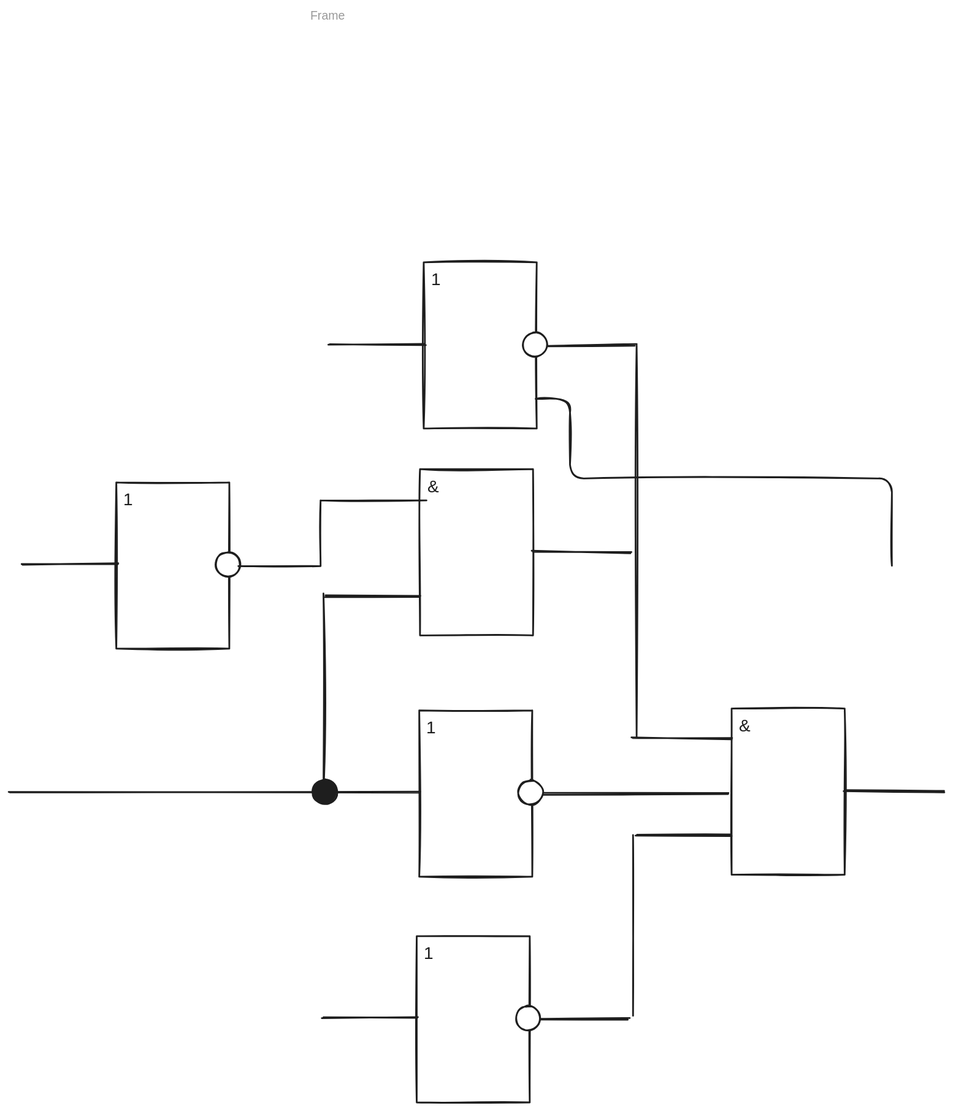
kawazaki42/NoteS4 keeps this Excalidraw diagram as comp-sys-org/lab/circ.excalidraw.svg. Above is the earlier version. Source tidied: one line per element, renumbered; positions are measured from the earlier drawing's top-left corner, leaving out a move shared by most shapes. The source it was exported from:
```json
{"id": 0, "type": "line", "strokeColor": "#1e1e1e", "strokeWidth": 2, "roughness": 1, "round": true, "x": 725, "y": 554, "width": 115, "height": 0, "points": [[0, 0], [115, 0]]}
{"id": 1, "type": "rectangle", "strokeColor": "#1e1e1e", "strokeWidth": 2, "roughness": 1, "x": 841, "y": 520, "width": 132, "height": 194}
{"id": 2, "type": "line", "strokeColor": "#1e1e1e", "strokeWidth": 2, "roughness": 1, "round": true, "x": 729, "y": 668, "width": 111, "height": 0, "points": [[0, 0], [111, 0]]}
{"id": 3, "type": "text", "text": "&", "strokeColor": "#1e1e1e", "strokeWidth": 2, "roughness": 1, "fontSize": 20, "fontFamily": 5, "x": 849, "y": 529, "width": 14, "height": 25}
{"id": 4, "type": "line", "strokeColor": "#1e1e1e", "strokeWidth": 2, "roughness": 1, "round": true, "x": 972, "y": 617, "width": 115, "height": 0, "points": [[0, 0], [115, 0]]}
{"id": 5, "type": "rectangle", "strokeColor": "#1e1e1e", "strokeWidth": 2, "roughness": 1, "x": 482, "y": 0, "width": 132, "height": 194}
{"id": 6, "type": "line", "strokeColor": "#1e1e1e", "strokeWidth": 2, "roughness": 1, "round": true, "x": 372, "y": 95, "width": 111, "height": 0, "points": [[0, 0], [111, 0]]}
{"id": 7, "type": "text", "text": "1", "strokeColor": "#1e1e1e", "strokeWidth": 2, "roughness": 1, "fontSize": 20, "fontFamily": 5, "x": 490, "y": 9, "width": 9, "height": 25}
{"id": 8, "type": "line", "strokeColor": "#1e1e1e", "strokeWidth": 2, "roughness": 1, "round": true, "x": 625, "y": 97, "width": 104, "height": 0, "points": [[0, 0], [104, 0]]}
{"id": 9, "type": "ellipse", "strokeColor": "#1e1e1e", "backgroundColor": "#ffffff", "fillStyle": "solid", "strokeWidth": 2, "roughness": 1, "x": 597, "y": 81, "width": 28, "height": 28}
{"id": 10, "type": "rectangle", "strokeColor": "#1e1e1e", "strokeWidth": 2, "roughness": 1, "x": 124, "y": 257, "width": 132, "height": 194}
{"id": 11, "type": "line", "strokeColor": "#1e1e1e", "strokeWidth": 2, "roughness": 1, "round": true, "x": 14, "y": 352, "width": 111, "height": 0, "points": [[0, 0], [111, 0]]}
{"id": 12, "type": "text", "text": "1", "strokeColor": "#1e1e1e", "strokeWidth": 2, "roughness": 1, "fontSize": 20, "fontFamily": 5, "x": 132, "y": 266, "width": 9, "height": 25}
{"id": 13, "type": "ellipse", "strokeColor": "#1e1e1e", "backgroundColor": "#ffffff", "fillStyle": "solid", "strokeWidth": 2, "roughness": 1, "x": 239, "y": 338, "width": 28, "height": 28}
{"id": 14, "type": "rectangle", "strokeColor": "#1e1e1e", "strokeWidth": 2, "roughness": 1, "x": 477, "y": 522, "width": 132, "height": 194}
{"id": 15, "type": "line", "strokeColor": "#1e1e1e", "strokeWidth": 2, "roughness": 1, "round": true, "x": 0, "y": 617, "width": 478, "height": 0, "points": [[0, 0], [478, 0]]}
{"id": 16, "type": "text", "text": "1", "strokeColor": "#1e1e1e", "strokeWidth": 2, "roughness": 1, "fontSize": 20, "fontFamily": 5, "x": 485, "y": 531, "width": 9, "height": 25}
{"id": 17, "type": "line", "strokeColor": "#1e1e1e", "strokeWidth": 2, "roughness": 1, "round": true, "x": 620, "y": 619, "width": 216, "height": 0, "points": [[0, 0], [216, 0]]}
{"id": 18, "type": "ellipse", "strokeColor": "#1e1e1e", "backgroundColor": "#ffffff", "fillStyle": "solid", "strokeWidth": 2, "roughness": 1, "x": 592, "y": 604, "width": 28, "height": 28}
{"id": 19, "type": "line", "strokeColor": "#1e1e1e", "backgroundColor": "#ffffff", "fillStyle": "solid", "strokeWidth": 2, "roughness": 1, "x": 730, "y": 97, "width": 0, "height": 457, "points": [[0, 0], [0, 457]]}
{"id": 20, "type": "line", "strokeColor": "#1e1e1e", "backgroundColor": "#ffffff", "fillStyle": "solid", "strokeWidth": 2, "roughness": 1, "x": 726, "y": 878, "width": 0, "height": 211, "points": [[0, 0], [0, -211]]}
{"id": 21, "type": "rectangle", "strokeColor": "#1e1e1e", "strokeWidth": 2, "roughness": 1, "x": 474, "y": 785, "width": 132, "height": 194}
{"id": 22, "type": "line", "strokeColor": "#1e1e1e", "strokeWidth": 2, "roughness": 1, "round": true, "x": 364, "y": 880, "width": 111, "height": 0, "points": [[0, 0], [111, 0]]}
{"id": 23, "type": "text", "text": "1", "strokeColor": "#1e1e1e", "strokeWidth": 2, "roughness": 1, "fontSize": 20, "fontFamily": 5, "x": 482, "y": 794, "width": 9, "height": 25}
{"id": 24, "type": "line", "strokeColor": "#1e1e1e", "strokeWidth": 2, "roughness": 1, "round": true, "x": 617, "y": 882, "width": 104, "height": 0, "points": [[0, 0], [104, 0]]}
{"id": 25, "type": "ellipse", "strokeColor": "#1e1e1e", "backgroundColor": "#ffffff", "fillStyle": "solid", "strokeWidth": 2, "roughness": 1, "x": 589, "y": 867, "width": 28, "height": 28}
{"id": 26, "type": "line", "strokeColor": "#1e1e1e", "strokeWidth": 2, "roughness": 1, "x": 266, "y": 354, "width": 219, "height": 77, "points": [[0, 0], [96, 0], [96, -77], [219, -77]]}
{"id": 27, "type": "rectangle", "strokeColor": "#1e1e1e", "strokeWidth": 2, "roughness": 1, "x": 478, "y": 241, "width": 132, "height": 194}
{"id": 28, "type": "line", "strokeColor": "#1e1e1e", "strokeWidth": 2, "roughness": 1, "round": true, "x": 366, "y": 389, "width": 111, "height": 0, "points": [[0, 0], [111, 0]]}
{"id": 29, "type": "text", "text": "&", "strokeColor": "#1e1e1e", "strokeWidth": 2, "roughness": 1, "fontSize": 20, "fontFamily": 5, "x": 486, "y": 250, "width": 14, "height": 25}
{"id": 30, "type": "line", "strokeColor": "#1e1e1e", "strokeWidth": 2, "roughness": 1, "round": true, "x": 609, "y": 338, "width": 115, "height": 0, "points": [[0, 0], [115, 0]]}
{"id": 31, "type": "line", "strokeColor": "#1e1e1e", "backgroundColor": "#ffffff", "fillStyle": "solid", "strokeWidth": 2, "roughness": 1, "x": 365, "y": 386, "width": 0, "height": 231, "points": [[0, 0], [0, 231]]}
{"id": 32, "type": "ellipse", "strokeColor": "#1e1e1e", "backgroundColor": "#1e1e1e", "fillStyle": "solid", "strokeWidth": 2, "roughness": 1, "x": 353, "y": 603, "width": 28, "height": 28}
{"id": 33, "type": "arrow", "strokeColor": "#1e1e1e", "backgroundColor": "#1e1e1e", "fillStyle": "solid", "strokeWidth": 2, "roughness": 1, "from": 5, "x": 612, "y": 159, "width": 415, "height": 194, "points": [[0, 0], [40, 0], [40, 93], [415, 93], [415, 194]]}
```
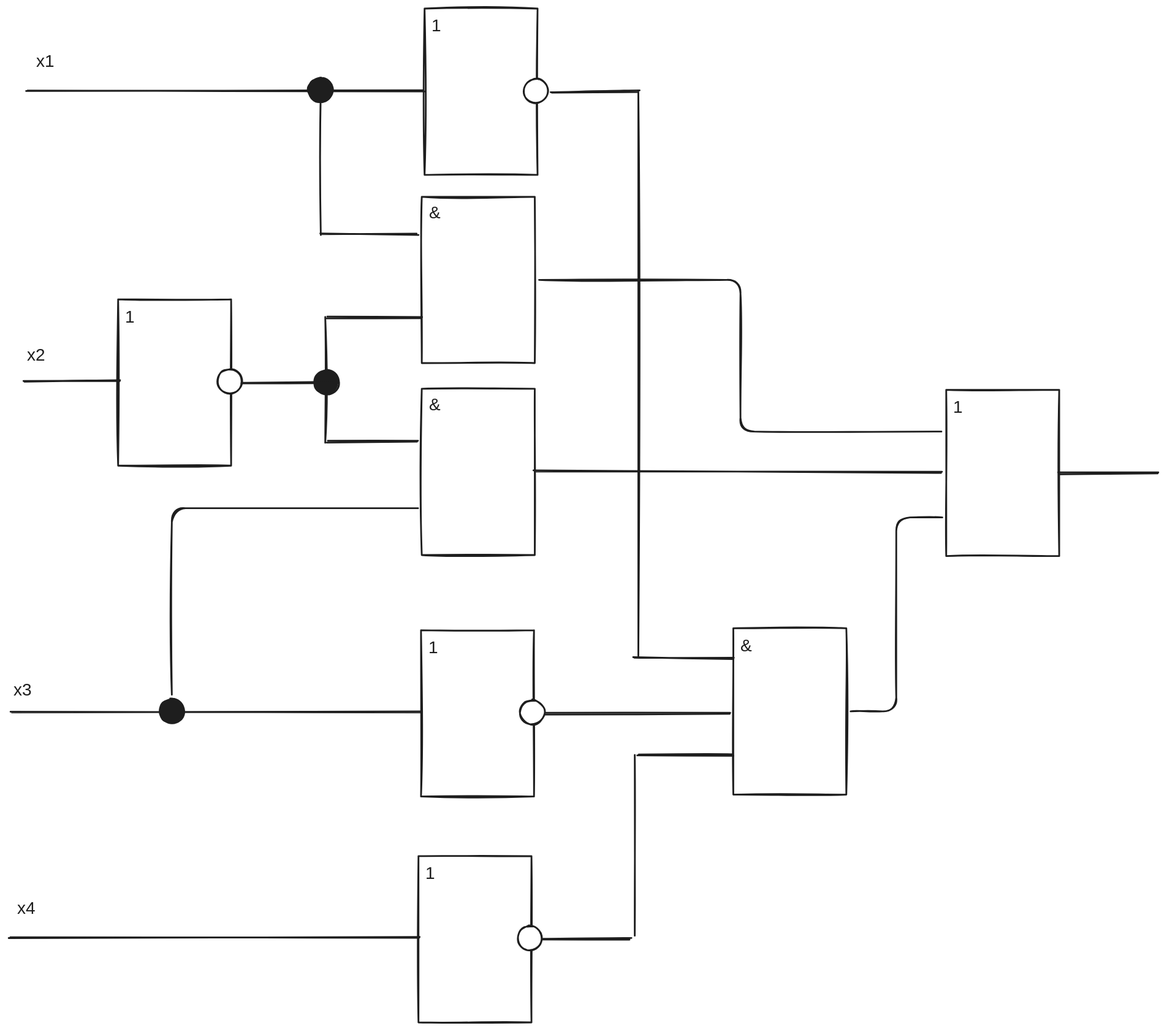
After the commit.

Change to the diagram source:
```diff
@@ -2,33 +2,48 @@
 {"id": 1, "type": "rectangle", "strokeColor": "#1e1e1e", "strokeWidth": 2, "roughness": 1, "x": 841, "y": 520, "width": 132, "height": 194}
 {"id": 2, "type": "line", "strokeColor": "#1e1e1e", "strokeWidth": 2, "roughness": 1, "round": true, "x": 729, "y": 668, "width": 111, "height": 0, "points": [[0, 0], [111, 0]]}
 {"id": 3, "type": "text", "text": "&", "strokeColor": "#1e1e1e", "strokeWidth": 2, "roughness": 1, "fontSize": 20, "fontFamily": 5, "x": 849, "y": 529, "width": 14, "height": 25}
-{"id": 4, "type": "line", "strokeColor": "#1e1e1e", "strokeWidth": 2, "roughness": 1, "round": true, "x": 972, "y": 617, "width": 115, "height": 0, "points": [[0, 0], [115, 0]]}
-{"id": 5, "type": "rectangle", "strokeColor": "#1e1e1e", "strokeWidth": 2, "roughness": 1, "x": 482, "y": 0, "width": 132, "height": 194}
+{"id": 5, "type": "rectangle", "strokeColor": "#1e1e1e", "strokeWidth": 2, "roughness": 1, "x": 481, "y": -202, "width": 132, "height": 194}
-{"id": 6, "type": "line", "strokeColor": "#1e1e1e", "strokeWidth": 2, "roughness": 1, "round": true, "x": 372, "y": 95, "width": 111, "height": 0, "points": [[0, 0], [111, 0]]}
+{"id": 6, "type": "line", "strokeColor": "#1e1e1e", "strokeWidth": 2, "roughness": 1, "round": true, "x": 18, "y": -106, "width": 463, "height": 0, "points": [[0, 0], [463, 0]]}
-{"id": 7, "type": "text", "text": "1", "strokeColor": "#1e1e1e", "strokeWidth": 2, "roughness": 1, "fontSize": 20, "fontFamily": 5, "x": 490, "y": 9, "width": 9, "height": 25}
+{"id": 7, "type": "text", "text": "1", "strokeColor": "#1e1e1e", "strokeWidth": 2, "roughness": 1, "fontSize": 20, "fontFamily": 5, "x": 489, "y": -193, "width": 9, "height": 25}
-{"id": 8, "type": "line", "strokeColor": "#1e1e1e", "strokeWidth": 2, "roughness": 1, "round": true, "x": 625, "y": 97, "width": 104, "height": 0, "points": [[0, 0], [104, 0]]}
+{"id": 8, "type": "line", "strokeColor": "#1e1e1e", "strokeWidth": 2, "roughness": 1, "round": true, "x": 629, "y": -105, "width": 101, "height": 0, "points": [[0, 0], [101, 0]]}
-{"id": 9, "type": "ellipse", "strokeColor": "#1e1e1e", "backgroundColor": "#ffffff", "fillStyle": "solid", "strokeWidth": 2, "roughness": 1, "x": 597, "y": 81, "width": 28, "height": 28}
+{"id": 9, "type": "ellipse", "strokeColor": "#1e1e1e", "backgroundColor": "#ffffff", "fillStyle": "solid", "strokeWidth": 2, "roughness": 1, "x": 596, "y": -120, "width": 28, "height": 28}
-{"id": 10, "type": "rectangle", "strokeColor": "#1e1e1e", "strokeWidth": 2, "roughness": 1, "x": 124, "y": 257, "width": 132, "height": 194}
+{"id": 10, "type": "rectangle", "strokeColor": "#1e1e1e", "strokeWidth": 2, "roughness": 1, "x": 124, "y": 137, "width": 132, "height": 194}
-{"id": 11, "type": "line", "strokeColor": "#1e1e1e", "strokeWidth": 2, "roughness": 1, "round": true, "x": 14, "y": 352, "width": 111, "height": 0, "points": [[0, 0], [111, 0]]}
+{"id": 11, "type": "line", "strokeColor": "#1e1e1e", "strokeWidth": 2, "roughness": 1, "round": true, "x": 14, "y": 232, "width": 111, "height": 0, "points": [[0, 0], [111, 0]]}
-{"id": 12, "type": "text", "text": "1", "strokeColor": "#1e1e1e", "strokeWidth": 2, "roughness": 1, "fontSize": 20, "fontFamily": 5, "x": 132, "y": 266, "width": 9, "height": 25}
+{"id": 12, "type": "text", "text": "1", "strokeColor": "#1e1e1e", "strokeWidth": 2, "roughness": 1, "fontSize": 20, "fontFamily": 5, "x": 132, "y": 146, "width": 9, "height": 25}
-{"id": 13, "type": "ellipse", "strokeColor": "#1e1e1e", "backgroundColor": "#ffffff", "fillStyle": "solid", "strokeWidth": 2, "roughness": 1, "x": 239, "y": 338, "width": 28, "height": 28}
+{"id": 13, "type": "ellipse", "strokeColor": "#1e1e1e", "backgroundColor": "#ffffff", "fillStyle": "solid", "strokeWidth": 2, "roughness": 1, "x": 239, "y": 218, "width": 28, "height": 28}
 {"id": 14, "type": "rectangle", "strokeColor": "#1e1e1e", "strokeWidth": 2, "roughness": 1, "x": 477, "y": 522, "width": 132, "height": 194}
 {"id": 15, "type": "line", "strokeColor": "#1e1e1e", "strokeWidth": 2, "roughness": 1, "round": true, "x": 0, "y": 617, "width": 478, "height": 0, "points": [[0, 0], [478, 0]]}
 {"id": 16, "type": "text", "text": "1", "strokeColor": "#1e1e1e", "strokeWidth": 2, "roughness": 1, "fontSize": 20, "fontFamily": 5, "x": 485, "y": 531, "width": 9, "height": 25}
 {"id": 17, "type": "line", "strokeColor": "#1e1e1e", "strokeWidth": 2, "roughness": 1, "round": true, "x": 620, "y": 619, "width": 216, "height": 0, "points": [[0, 0], [216, 0]]}
 {"id": 18, "type": "ellipse", "strokeColor": "#1e1e1e", "backgroundColor": "#ffffff", "fillStyle": "solid", "strokeWidth": 2, "roughness": 1, "x": 592, "y": 604, "width": 28, "height": 28}
-{"id": 19, "type": "line", "strokeColor": "#1e1e1e", "backgroundColor": "#ffffff", "fillStyle": "solid", "strokeWidth": 2, "roughness": 1, "x": 730, "y": 97, "width": 0, "height": 457, "points": [[0, 0], [0, 457]]}
+{"id": 19, "type": "line", "strokeColor": "#1e1e1e", "backgroundColor": "#ffffff", "fillStyle": "solid", "strokeWidth": 2, "roughness": 1, "x": 730, "y": -105, "width": 0, "height": 658, "points": [[0, 0], [0, 658]]}
 {"id": 20, "type": "line", "strokeColor": "#1e1e1e", "backgroundColor": "#ffffff", "fillStyle": "solid", "strokeWidth": 2, "roughness": 1, "x": 726, "y": 878, "width": 0, "height": 211, "points": [[0, 0], [0, -211]]}
 {"id": 21, "type": "rectangle", "strokeColor": "#1e1e1e", "strokeWidth": 2, "roughness": 1, "x": 474, "y": 785, "width": 132, "height": 194}
-{"id": 22, "type": "line", "strokeColor": "#1e1e1e", "strokeWidth": 2, "roughness": 1, "round": true, "x": 364, "y": 880, "width": 111, "height": 0, "points": [[0, 0], [111, 0]]}
+{"id": 22, "type": "line", "strokeColor": "#1e1e1e", "strokeWidth": 2, "roughness": 1, "round": true, "x": -3, "y": 880, "width": 478, "height": 0, "points": [[0, 0], [478, 0]]}
 {"id": 23, "type": "text", "text": "1", "strokeColor": "#1e1e1e", "strokeWidth": 2, "roughness": 1, "fontSize": 20, "fontFamily": 5, "x": 482, "y": 794, "width": 9, "height": 25}
 {"id": 24, "type": "line", "strokeColor": "#1e1e1e", "strokeWidth": 2, "roughness": 1, "round": true, "x": 617, "y": 882, "width": 104, "height": 0, "points": [[0, 0], [104, 0]]}
 {"id": 25, "type": "ellipse", "strokeColor": "#1e1e1e", "backgroundColor": "#ffffff", "fillStyle": "solid", "strokeWidth": 2, "roughness": 1, "x": 589, "y": 867, "width": 28, "height": 28}
-{"id": 26, "type": "line", "strokeColor": "#1e1e1e", "strokeWidth": 2, "roughness": 1, "x": 266, "y": 354, "width": 219, "height": 77, "points": [[0, 0], [96, 0], [96, -77], [219, -77]]}
+{"id": 34, "type": "rectangle", "strokeColor": "#1e1e1e", "strokeWidth": 2, "roughness": 1, "x": 478, "y": 241, "width": 132, "height": 194}
+{"id": 35, "type": "text", "text": "&", "strokeColor": "#1e1e1e", "strokeWidth": 2, "roughness": 1, "fontSize": 20, "fontFamily": 5, "x": 486, "y": 249, "width": 14, "height": 25}
+{"id": 30, "type": "line", "strokeColor": "#1e1e1e", "strokeWidth": 2, "roughness": 1, "round": true, "x": 609, "y": 338, "width": 475, "height": 0, "points": [[0, 0], [475, 0]]}
+{"id": 36, "type": "ellipse", "strokeColor": "#1e1e1e", "backgroundColor": "#1e1e1e", "fillStyle": "solid", "strokeWidth": 2, "roughness": 1, "x": 172, "y": 602, "width": 28, "height": 28}
+{"id": 37, "type": "text", "text": "x1", "strokeColor": "#1e1e1e", "strokeWidth": 2, "roughness": 1, "fontSize": 20, "fontFamily": 5, "x": 28, "y": -152, "width": 20, "height": 25}
+{"id": 38, "type": "text", "text": "x2", "strokeColor": "#1e1e1e", "strokeWidth": 2, "roughness": 1, "fontSize": 20, "fontFamily": 5, "x": 18, "y": 191, "width": 26, "height": 25}
+{"id": 39, "type": "text", "text": "x3", "strokeColor": "#1e1e1e", "strokeWidth": 2, "roughness": 1, "fontSize": 20, "fontFamily": 5, "x": 2, "y": 581, "width": 24, "height": 25}
+{"id": 40, "type": "text", "text": "x4", "strokeColor": "#1e1e1e", "strokeWidth": 2, "roughness": 1, "fontSize": 20, "fontFamily": 5, "x": 6, "y": 835, "width": 24, "height": 25}
+{"id": 41, "type": "line", "strokeColor": "#1e1e1e", "strokeWidth": 2, "roughness": 1, "round": true, "x": 368, "y": 302, "width": 106, "height": 0, "points": [[0, 0], [106, 0]]}
-{"id": 27, "type": "rectangle", "strokeColor": "#1e1e1e", "strokeWidth": 2, "roughness": 1, "x": 478, "y": 241, "width": 132, "height": 194}
+{"id": 27, "type": "rectangle", "strokeColor": "#1e1e1e", "strokeWidth": 2, "roughness": 1, "x": 478, "y": 17, "width": 132, "height": 194}
+{"id": 29, "type": "text", "text": "&", "strokeColor": "#1e1e1e", "strokeWidth": 2, "roughness": 1, "fontSize": 20, "fontFamily": 5, "x": 486, "y": 25, "width": 14, "height": 25}
-{"id": 28, "type": "line", "strokeColor": "#1e1e1e", "strokeWidth": 2, "roughness": 1, "round": true, "x": 366, "y": 389, "width": 111, "height": 0, "points": [[0, 0], [111, 0]]}
+{"id": 28, "type": "line", "strokeColor": "#1e1e1e", "strokeWidth": 2, "roughness": 1, "round": true, "x": 366, "y": 158, "width": 111, "height": 0, "points": [[0, 0], [111, 0]]}
-{"id": 29, "type": "text", "text": "&", "strokeColor": "#1e1e1e", "strokeWidth": 2, "roughness": 1, "fontSize": 20, "fontFamily": 5, "x": 486, "y": 250, "width": 14, "height": 25}
-{"id": 30, "type": "line", "strokeColor": "#1e1e1e", "strokeWidth": 2, "roughness": 1, "round": true, "x": 609, "y": 338, "width": 115, "height": 0, "points": [[0, 0], [115, 0]]}
-{"id": 31, "type": "line", "strokeColor": "#1e1e1e", "backgroundColor": "#ffffff", "fillStyle": "solid", "strokeWidth": 2, "roughness": 1, "x": 365, "y": 386, "width": 0, "height": 231, "points": [[0, 0], [0, 231]]}
+{"id": 31, "type": "line", "strokeColor": "#1e1e1e", "backgroundColor": "#ffffff", "fillStyle": "solid", "strokeWidth": 2, "roughness": 1, "x": 365, "y": 157, "width": 0, "height": 147, "points": [[0, 0], [0, 147]]}
-{"id": 32, "type": "ellipse", "strokeColor": "#1e1e1e", "backgroundColor": "#1e1e1e", "fillStyle": "solid", "strokeWidth": 2, "roughness": 1, "x": 353, "y": 603, "width": 28, "height": 28}
+{"id": 32, "type": "ellipse", "strokeColor": "#1e1e1e", "backgroundColor": "#1e1e1e", "fillStyle": "solid", "strokeWidth": 2, "roughness": 1, "x": 353, "y": 219, "width": 28, "height": 28}
-{"id": 33, "type": "arrow", "strokeColor": "#1e1e1e", "backgroundColor": "#1e1e1e", "fillStyle": "solid", "strokeWidth": 2, "roughness": 1, "from": 5, "x": 612, "y": 159, "width": 415, "height": 194, "points": [[0, 0], [40, 0], [40, 93], [415, 93], [415, 194]]}
+{"id": 42, "type": "line", "strokeColor": "#1e1e1e", "strokeWidth": 2, "roughness": 1, "round": true, "x": 268, "y": 234, "width": 106, "height": 0, "points": [[0, 0], [106, 0]]}
+{"id": 43, "type": "line", "strokeColor": "#1e1e1e", "strokeWidth": 2, "roughness": 1, "round": true, "x": 361, "y": 60, "width": 111, "height": 0, "points": [[0, 0], [111, 0]]}
+{"id": 44, "type": "line", "strokeColor": "#1e1e1e", "backgroundColor": "#ffffff", "fillStyle": "solid", "strokeWidth": 2, "roughness": 1, "x": 360, "y": 62, "width": 0, "height": 168, "points": [[0, 0], [0, -168]]}
+{"id": 45, "type": "ellipse", "strokeColor": "#1e1e1e", "backgroundColor": "#1e1e1e", "fillStyle": "solid", "strokeWidth": 2, "roughness": 1, "x": 345, "y": -121, "width": 28, "height": 28}
+{"id": 46, "type": "arrow", "strokeColor": "#1e1e1e", "strokeWidth": 2, "roughness": 1, "from": 36, "to": 34, "x": 186, "y": 597, "width": 287, "height": 217, "points": [[0, 0], [0, -217], [287, -217]]}
+{"id": 47, "type": "rectangle", "strokeColor": "#1e1e1e", "strokeWidth": 2, "roughness": 1, "x": 1089, "y": 242, "width": 132, "height": 194}
+{"id": 48, "type": "text", "text": "1", "strokeColor": "#1e1e1e", "strokeWidth": 2, "roughness": 1, "fontSize": 20, "fontFamily": 5, "x": 1097, "y": 251, "width": 9, "height": 25}
+{"id": 49, "type": "line", "strokeColor": "#1e1e1e", "strokeWidth": 2, "roughness": 1, "round": true, "x": 1220, "y": 339, "width": 115, "height": 0, "points": [[0, 0], [115, 0]]}
+{"id": 50, "type": "arrow", "strokeColor": "#1e1e1e", "strokeWidth": 2, "roughness": 1, "from": 27, "to": 47, "x": 614, "y": 114, "width": 469, "height": 177, "points": [[0, 0], [235, 0], [235, 177], [469, 177]]}
+{"id": 51, "type": "arrow", "strokeColor": "#1e1e1e", "strokeWidth": 2, "roughness": 1, "from": 1, "to": 47, "x": 977, "y": 617, "width": 107, "height": 226, "points": [[0, 0], [53, 0], [53, -226], [107, -226]]}
```
